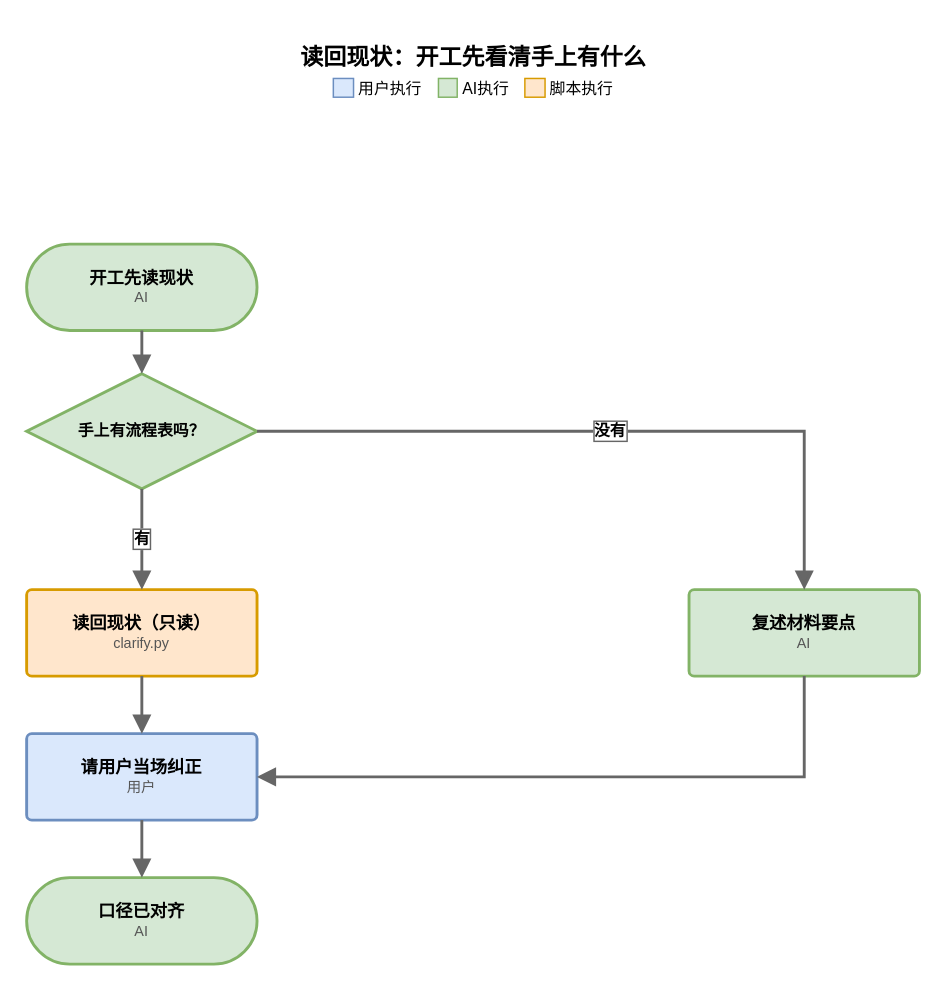
Above: page "读回现状：开工先看清手上有什么" (2 of 10) of dev/baseline/workflow/workflow-flow.drawio in Luys521/flowchart-skill (draw.io), before the change. Source tidied: cells renumbered, new cells numbered last; positions are measured from the earlier drawing's top-left corner, leaving out a move shared by most shapes. Both pictures are drawn from the tidied source at 144%, with x=0, y=0 at pixel (26, 24).
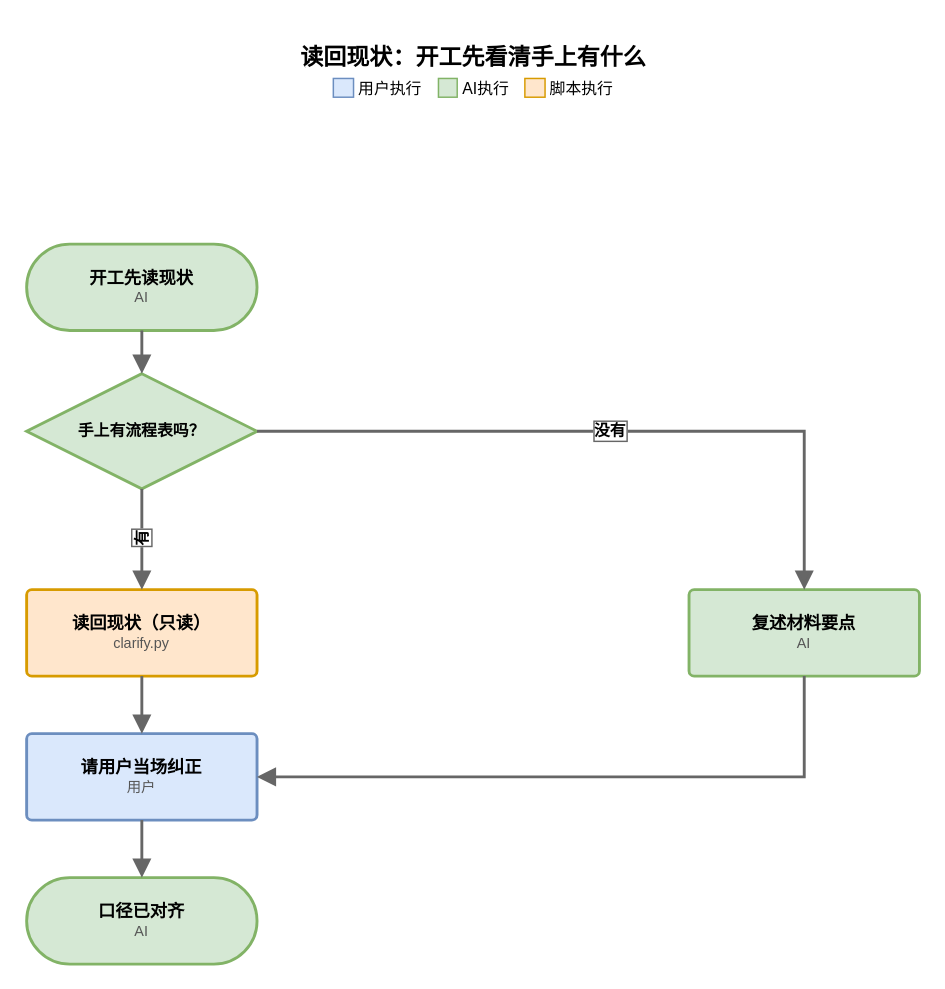
The same diagram, later.

What changed in the source:
```diff
@@
 <mxGraphModel>
   <root>
     <mxCell id="0" />
     <mxCell id="1" parent="0" />
     <mxCell id="2" value="读回现状：开工先看清手上有什么&lt;br&gt;&lt;span style=&quot;font-size:11px;font-weight:400&quot;&gt;&lt;span style=&quot;background:#dae8fc;border:1px solid #6c8ebf&quot;&gt;&amp;nbsp;&amp;nbsp;&amp;nbsp;&amp;nbsp;&lt;/span&gt; 用户执行　&lt;span style=&quot;background:#d5e8d4;border:1px solid #82b366&quot;&gt;&amp;nbsp;&amp;nbsp;&amp;nbsp;&amp;nbsp;&lt;/span&gt; AI执行　&lt;span style=&quot;background:#ffe6cc;border:1px solid #d79b00&quot;&gt;&amp;nbsp;&amp;nbsp;&amp;nbsp;&amp;nbsp;&lt;/span&gt; 脚本执行　&lt;/span&gt;" style="text;html=1;align=center;verticalAlign=middle;fontSize=16;fontStyle=1;fontFamily=Microsoft YaHei;" parent="1" vertex="1">
       <mxGeometry x="10" width="600" height="64" as="geometry" />
     </mxCell>
     <mxCell id="3" value="&lt;div style=&quot;font-weight:bold;&quot;&gt;开工先读现状&lt;/div&gt;&lt;div style=&quot;color:#555555;font-size:10px;&quot;&gt;AI&lt;/div&gt;" style="rounded=1;arcSize=50;whiteSpace=wrap;html=1;strokeWidth=2;fontFamily=Microsoft YaHei;verticalAlign=middle;fillColor=#d5e8d4;strokeColor=#82b366;fontSize=12;flowchartSkillNative=1;" parent="1" vertex="1">
       <mxGeometry y="152" width="160" height="60" as="geometry" />
     </mxCell>
     <mxCell id="4" value="&lt;div style=&quot;font-weight:bold;&quot;&gt;手上有流程表吗？&lt;/div&gt;" style="rhombus;whiteSpace=wrap;html=1;strokeWidth=2;fontFamily=Microsoft YaHei;verticalAlign=middle;fillColor=#d5e8d4;strokeColor=#82b366;fontSize=11;flowchartSkillNative=1;" parent="1" vertex="1">
       <mxGeometry y="242" width="160" height="80" as="geometry" />
     </mxCell>
     <mxCell id="5" value="&lt;div style=&quot;font-weight:bold;&quot;&gt;读回现状（只读）&lt;/div&gt;&lt;div style=&quot;color:#555555;font-size:10px;&quot;&gt;clarify.py&lt;/div&gt;" style="rounded=1;arcSize=6;whiteSpace=wrap;html=1;strokeWidth=2;fontFamily=Microsoft YaHei;verticalAlign=middle;fillColor=#ffe6cc;strokeColor=#d79b00;fontSize=12;flowchartSkillNative=1;" parent="1" vertex="1">
       <mxGeometry y="392" width="160" height="60" as="geometry" />
     </mxCell>
     <mxCell id="6" value="&lt;div style=&quot;font-weight:bold;&quot;&gt;复述材料要点&lt;/div&gt;&lt;div style=&quot;color:#555555;font-size:10px;&quot;&gt;AI&lt;/div&gt;" style="rounded=1;arcSize=6;whiteSpace=wrap;html=1;strokeWidth=2;fontFamily=Microsoft YaHei;verticalAlign=middle;fillColor=#d5e8d4;strokeColor=#82b366;fontSize=12;flowchartSkillNative=1;" parent="1" vertex="1">
       <mxGeometry x="460" y="392" width="160" height="60" as="geometry" />
     </mxCell>
     <mxCell id="7" value="&lt;div style=&quot;font-weight:bold;&quot;&gt;请用户当场纠正&lt;/div&gt;&lt;div style=&quot;color:#555555;font-size:10px;&quot;&gt;用户&lt;/div&gt;" style="rounded=1;arcSize=6;whiteSpace=wrap;html=1;strokeWidth=2;fontFamily=Microsoft YaHei;verticalAlign=middle;fillColor=#dae8fc;strokeColor=#6c8ebf;fontSize=12;flowchartSkillNative=1;" parent="1" vertex="1">
       <mxGeometry y="492" width="160" height="60" as="geometry" />
     </mxCell>
     <mxCell id="8" value="&lt;div style=&quot;font-weight:bold;&quot;&gt;口径已对齐&lt;/div&gt;&lt;div style=&quot;color:#555555;font-size:10px;&quot;&gt;AI&lt;/div&gt;" style="rounded=1;arcSize=50;whiteSpace=wrap;html=1;strokeWidth=2;fontFamily=Microsoft YaHei;verticalAlign=middle;fillColor=#d5e8d4;strokeColor=#82b366;fontSize=12;flowchartSkillNative=1;" parent="1" vertex="1">
       <mxGeometry y="592" width="160" height="60" as="geometry" />
     </mxCell>
     <mxCell id="9" style="edgeStyle=orthogonalEdgeStyle;rounded=0;jettySize=auto;html=1;exitX=0.5;exitY=1.0;entryX=0.5;entryY=0.0;endArrow=block;endFill=1;endSize=8;strokeWidth=2;strokeColor=#666666;fontSize=11;fontStyle=1;fontFamily=Microsoft YaHei;labelBackgroundColor=#ffffff;labelBorderColor=#666666;" parent="1" edge="1" source="3" target="4">
       <mxGeometry relative="1" as="geometry" />
     </mxCell>
-    <mxCell id="10" value="有" style="edgeStyle=orthogonalEdgeStyle;rounded=0;jettySize=auto;html=1;exitX=0.5;exitY=1.0;entryX=0.5;entryY=0.0;endArrow=block;endFill=1;endSize=8;strokeWidth=2;strokeColor=#666666;fontSize=11;fontStyle=1;fontFamily=Microsoft YaHei;labelBackgroundColor=#ffffff;labelBorderColor=#666666;" parent="1" edge="1" source="4" target="5">
+    <mxCell id="10" value="有" style="edgeStyle=orthogonalEdgeStyle;rounded=0;jettySize=auto;html=1;exitX=0.5;exitY=1.0;entryX=0.5;entryY=0.0;endArrow=block;endFill=1;endSize=8;strokeWidth=2;strokeColor=#666666;fontSize=11;fontStyle=1;fontFamily=Microsoft YaHei;labelBackgroundColor=#ffffff;labelBorderColor=#666666;horizontal=0;" parent="1" edge="1" source="4" target="5">
       <mxGeometry relative="1" as="geometry" />
     </mxCell>
     <mxCell id="11" value="没有" style="edgeStyle=orthogonalEdgeStyle;rounded=0;jettySize=auto;html=1;exitX=1.0;exitY=0.5;entryX=0.5;entryY=0.0;endArrow=block;endFill=1;endSize=8;strokeWidth=2;strokeColor=#666666;fontSize=11;fontStyle=1;fontFamily=Microsoft YaHei;labelBackgroundColor=#ffffff;labelBorderColor=#666666;" parent="1" edge="1" source="4" target="6">
       <mxGeometry relative="1" as="geometry">
         <Array as="points">
           <mxPoint x="540" y="282" />
         </Array>
       </mxGeometry>
     </mxCell>
     <mxCell id="12" style="edgeStyle=orthogonalEdgeStyle;rounded=0;jettySize=auto;html=1;exitX=0.5;exitY=1.0;entryX=0.5;entryY=0.0;endArrow=block;endFill=1;endSize=8;strokeWidth=2;strokeColor=#666666;fontSize=11;fontStyle=1;fontFamily=Microsoft YaHei;labelBackgroundColor=#ffffff;labelBorderColor=#666666;" parent="1" edge="1" source="5" target="7">
       <mxGeometry relative="1" as="geometry" />
     </mxCell>
     <mxCell id="13" style="edgeStyle=orthogonalEdgeStyle;rounded=0;jettySize=auto;html=1;exitX=0.5;exitY=1.0;entryX=1.0;entryY=0.5;endArrow=block;endFill=1;endSize=8;strokeWidth=2;strokeColor=#666666;fontSize=11;fontStyle=1;fontFamily=Microsoft YaHei;labelBackgroundColor=#ffffff;labelBorderColor=#666666;" parent="1" edge="1" source="6" target="7">
       <mxGeometry relative="1" as="geometry">
         <Array as="points">
           <mxPoint x="540" y="522" />
         </Array>
       </mxGeometry>
     </mxCell>
     <mxCell id="14" style="edgeStyle=orthogonalEdgeStyle;rounded=0;jettySize=auto;html=1;exitX=0.5;exitY=1.0;entryX=0.5;entryY=0.0;endArrow=block;endFill=1;endSize=8;strokeWidth=2;strokeColor=#666666;fontSize=11;fontStyle=1;fontFamily=Microsoft YaHei;labelBackgroundColor=#ffffff;labelBorderColor=#666666;" parent="1" edge="1" source="7" target="8">
       <mxGeometry relative="1" as="geometry" />
     </mxCell>
   </root>
 </mxGraphModel>
```
